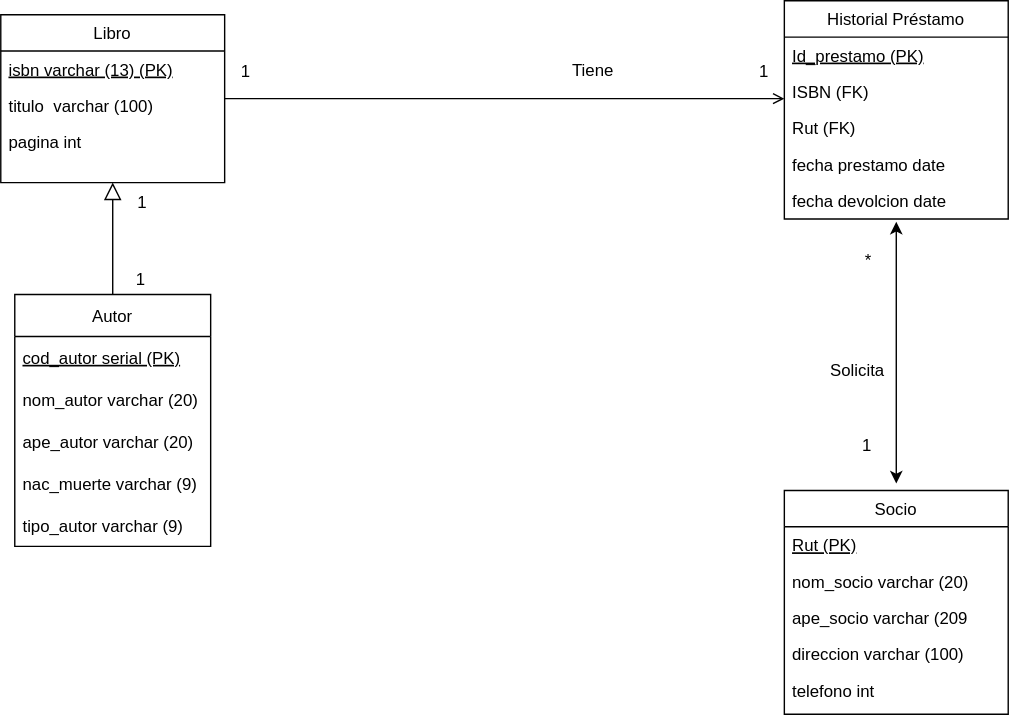
Earlier version of the draw.io export Modelo logico.drawio.svg (FranSantander/-Biblioteca). Source tidied: cells renumbered, new cells last; positions are measured from the earlier drawing's top-left corner, leaving out a move shared by most shapes.
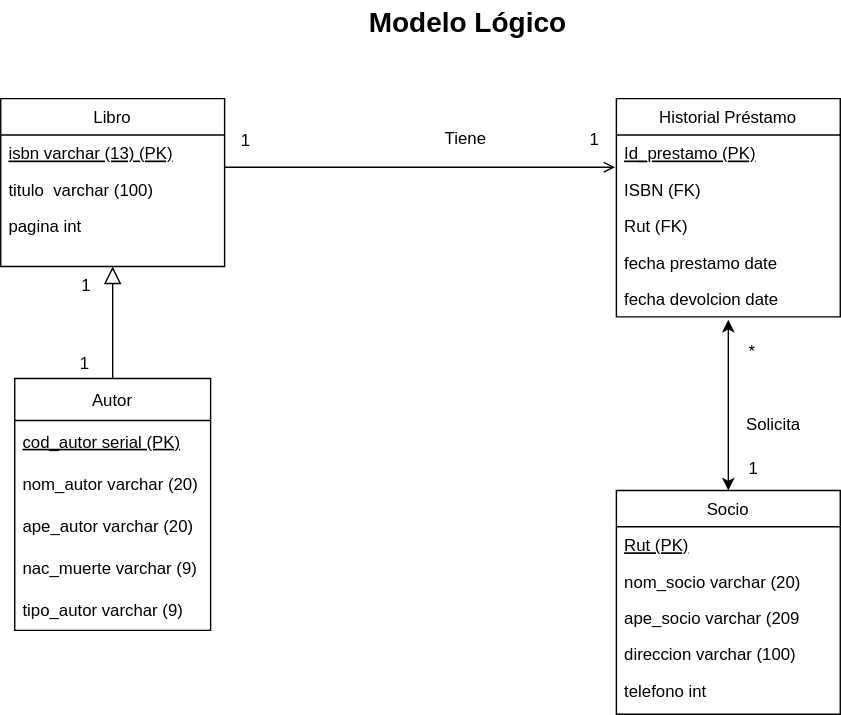
After the commit.

What changed in the source:
```diff
@@ -3,7 +3,7 @@
     <mxCell id="0" />
     <mxCell id="1" parent="0" />
     <mxCell id="2" value="Libro" style="swimlane;fontStyle=0;align=center;verticalAlign=top;horizontal=1;startSize=26;rounded=0;shadow=0;strokeWidth=1;" parent="1" vertex="1">
-      <mxGeometry y="10" width="160" height="120" as="geometry" />
+      <mxGeometry x="40" y="10" width="160" height="120" as="geometry" />
     </mxCell>
     <mxCell id="3" value="isbn varchar (13) (PK)" style="text;align=left;verticalAlign=top;spacingLeft=4;spacingRight=4;overflow=hidden;fontStyle=4;" parent="2" vertex="1">
       <mxGeometry y="26" width="160" height="26" as="geometry" />
@@ -15,7 +15,7 @@
       <mxGeometry y="78" width="160" height="26" as="geometry" />
     </mxCell>
     <mxCell id="6" value="Historial Préstamo" style="swimlane;fontStyle=0;align=center;verticalAlign=top;horizontal=1;startSize=26;rounded=0;shadow=0;strokeWidth=1;" parent="1" vertex="1">
-      <mxGeometry x="560" width="160" height="156" as="geometry" />
+      <mxGeometry x="480" y="10" width="160" height="156" as="geometry" />
     </mxCell>
     <mxCell id="7" value="Id_prestamo (PK)" style="text;align=left;verticalAlign=top;spacingLeft=4;spacingRight=4;overflow=hidden;fontStyle=4;" parent="6" vertex="1">
       <mxGeometry y="26" width="160" height="26" as="geometry" />
@@ -32,9 +32,8 @@
     <mxCell id="11" value="fecha devolcion date" style="text;align=left;verticalAlign=top;spacingLeft=4;spacingRight=4;overflow=hidden;points=[[0,0.5],[1,0.5]];portConstraint=eastwest;" parent="6" vertex="1">
       <mxGeometry y="130" width="160" height="26" as="geometry" />
     </mxCell>
-    <mxCell id="12" style="endArrow=open;shadow=0;strokeWidth=1;rounded=0;endFill=1;edgeStyle=elbowEdgeStyle;elbow=vertical;" parent="1" edge="1" source="2">
+    <mxCell id="12" style="endArrow=open;shadow=0;strokeWidth=1;rounded=0;endFill=1;edgeStyle=elbowEdgeStyle;elbow=vertical;entryX=-0.006;entryY=-0.115;entryDx=0;entryDy=0;entryPerimeter=0;" parent="1" edge="1" source="2" target="8">
       <mxGeometry x="0.5" y="41" relative="1" as="geometry">
-        <mxPoint x="560" y="70" as="targetPoint" />
         <mxPoint x="-40" y="32" as="offset" />
       </mxGeometry>
     </mxCell>
@@ -54,22 +53,22 @@
       </mxGeometry>
     </mxCell>
     <mxCell id="16" value="Solicita" style="text;html=1;align=center;verticalAlign=middle;labelBackgroundColor=none;rounded=0;shadow=0;strokeWidth=1;fontSize=12;" parent="1" vertex="1">
-      <mxGeometry x="440" y="110" as="geometry">
+      <mxGeometry x="420" y="88" as="geometry">
         <mxPoint x="171" y="154" as="offset" />
       </mxGeometry>
     </mxCell>
     <mxCell id="17" value="1" style="align=left;verticalAlign=bottom;labelBackgroundColor=none;fontSize=12;" parent="1" vertex="1">
-      <mxGeometry x="620" y="330" as="geometry">
-        <mxPoint x="-6" y="-4" as="offset" />
+      <mxGeometry x="620" y="290" as="geometry">
+        <mxPoint x="-47" y="-7" as="offset" />
       </mxGeometry>
     </mxCell>
     <mxCell id="18" value="*" style="align=left;verticalAlign=bottom;labelBackgroundColor=none;fontSize=12;" parent="1" vertex="1">
-      <mxGeometry x="450" y="190" as="geometry">
-        <mxPoint x="166" y="4" as="offset" />
+      <mxGeometry x="490" y="120" as="geometry">
+        <mxPoint x="83" y="79" as="offset" />
       </mxGeometry>
     </mxCell>
     <mxCell id="19" value="Autor" style="swimlane;fontStyle=0;horizontal=1;startSize=30;" parent="1" vertex="1">
-      <mxGeometry x="10" y="210" width="140" height="180" as="geometry" />
+      <mxGeometry x="50" y="210" width="140" height="180" as="geometry" />
     </mxCell>
     <mxCell id="20" value="cod_autor serial (PK)" style="text;strokeColor=none;fillColor=none;align=left;verticalAlign=middle;spacingLeft=4;spacingRight=4;overflow=hidden;fontStyle=4;" parent="19" vertex="1">
       <mxGeometry y="30" width="140" height="30" as="geometry" />
@@ -86,16 +85,15 @@
     <mxCell id="24" value="tipo_autor varchar (9)" style="text;strokeColor=none;fillColor=none;align=left;verticalAlign=middle;spacingLeft=4;spacingRight=4;overflow=hidden;" parent="19" vertex="1">
       <mxGeometry y="150" width="140" height="30" as="geometry" />
     </mxCell>
-    <mxCell id="25" style="endArrow=block;endSize=10;endFill=0;shadow=0;strokeWidth=1;rounded=0;edgeStyle=elbowEdgeStyle;elbow=vertical;exitX=0.5;exitY=0;exitDx=0;exitDy=0;" parent="1" edge="1" source="19">
+    <mxCell id="25" style="endArrow=block;endSize=10;endFill=0;shadow=0;strokeWidth=1;rounded=0;edgeStyle=elbowEdgeStyle;elbow=vertical;exitX=0.5;exitY=0;exitDx=0;exitDy=0;entryX=0.5;entryY=1;entryDx=0;entryDy=0;" parent="1" edge="1" source="19" target="2">
       <mxGeometry relative="1" as="geometry">
-        <mxPoint x="80" y="130" as="targetPoint" />
         <Array as="points">
           <mxPoint x="80" y="170" />
         </Array>
       </mxGeometry>
     </mxCell>
     <mxCell id="26" value="Socio" style="swimlane;fontStyle=0;align=center;verticalAlign=top;horizontal=1;startSize=26;rounded=0;shadow=0;strokeWidth=1;" parent="1" vertex="1">
-      <mxGeometry x="560" y="350" width="160" height="160" as="geometry" />
+      <mxGeometry x="480" y="290" width="160" height="160" as="geometry" />
     </mxCell>
     <mxCell id="27" value="Rut (PK)" style="text;align=left;verticalAlign=top;spacingLeft=4;spacingRight=4;overflow=hidden;fontStyle=4;" parent="26" vertex="1">
       <mxGeometry y="26" width="160" height="26" as="geometry" />
@@ -112,13 +110,11 @@
     <mxCell id="31" value="telefono int" style="text;align=left;verticalAlign=top;spacingLeft=4;spacingRight=4;overflow=hidden;rounded=0;shadow=0;html=0;" parent="26" vertex="1">
       <mxGeometry y="130" width="160" height="26" as="geometry" />
     </mxCell>
-    <mxCell id="32" style="endArrow=classic;startArrow=classic;html=1;rounded=0;entryX=0.5;entryY=1.077;entryDx=0;entryDy=0;entryPerimeter=0;" parent="1" edge="1" target="11">
-      <mxGeometry relative="1" as="geometry">
-        <mxPoint x="640" y="345" as="sourcePoint" />
-      </mxGeometry>
+    <mxCell id="32" style="endArrow=classic;startArrow=classic;html=1;rounded=0;entryX=0.5;entryY=1.077;entryDx=0;entryDy=0;entryPerimeter=0;" parent="1" edge="1" source="26" target="11">
+      <mxGeometry relative="1" as="geometry" />
     </mxCell>
     <mxCell id="33" value="1" style="align=left;verticalAlign=bottom;labelBackgroundColor=none;fontSize=12;" parent="1" vertex="1">
-      <mxGeometry x="190" y="70" as="geometry">
+      <mxGeometry x="190" y="69" as="geometry">
         <mxPoint x="-94" y="83" as="offset" />
       </mxGeometry>
     </mxCell>
@@ -127,5 +123,8 @@
         <mxPoint x="-85" y="139" as="offset" />
       </mxGeometry>
     </mxCell>
+    <mxCell id="35" value="&lt;font style=&quot;font-size: 20px&quot;&gt;Modelo Lógico&lt;/font&gt;" style="text;html=1;strokeColor=none;fillColor=none;align=center;verticalAlign=middle;whiteSpace=wrap;rounded=0;fontStyle=1;" parent="1" vertex="1">
+      <mxGeometry x="296" y="-60" width="156" height="30" as="geometry" />
+    </mxCell>
   </root>
 </mxGraphModel>
```
